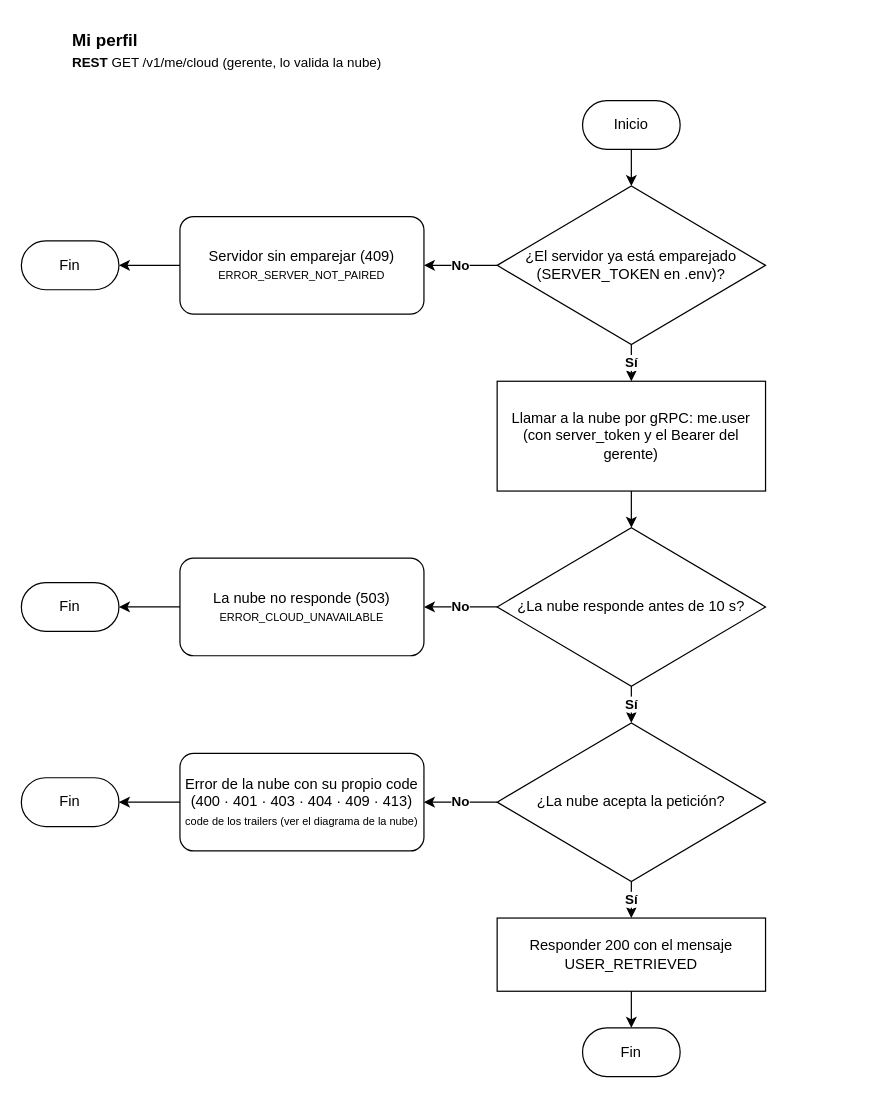
Before: documents/diagrams/workflows/me/cloud/user.drawio in Andry510/miyabi-restaurant-server, a draw.io diagram. Source tidied: cells renumbered, new cells numbered last; positions are measured from the earlier drawing's top-left corner, leaving out a move shared by most shapes. Both pictures are drawn from the tidied source at 122%, with x=0, y=0 at pixel (21, 21).
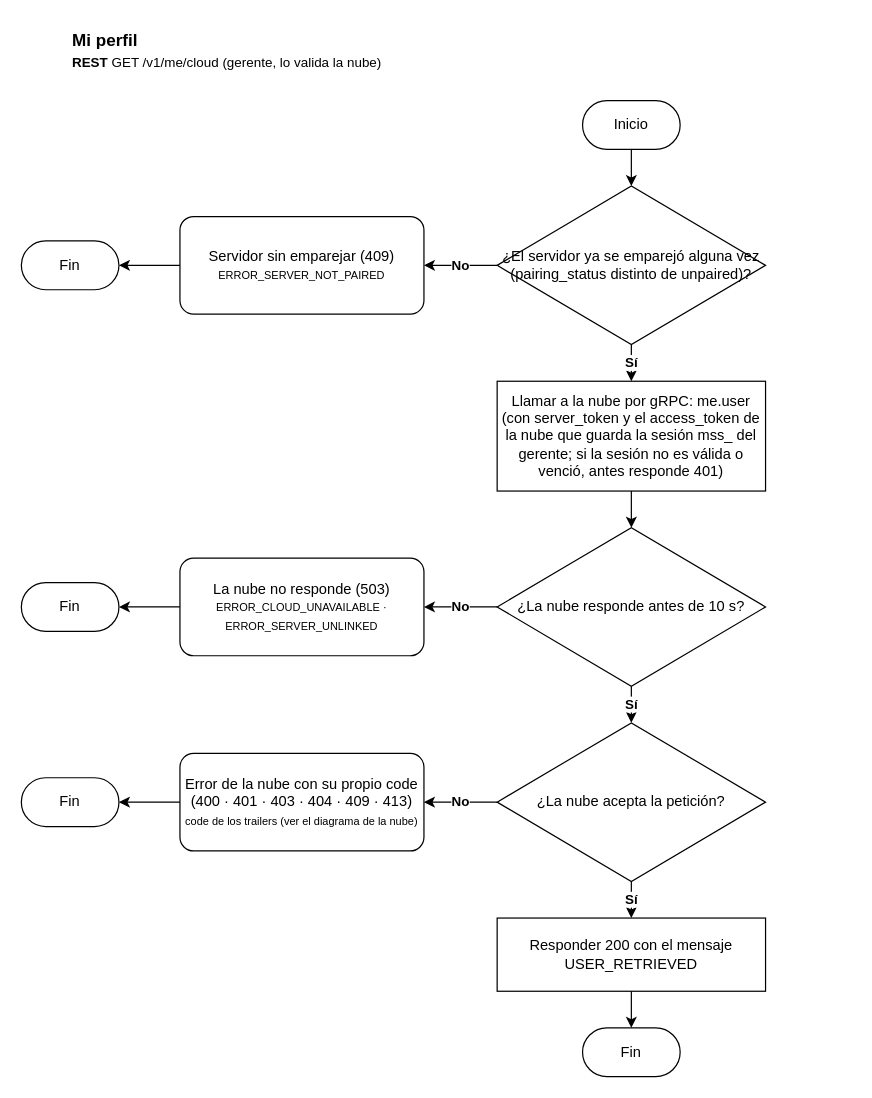
After the change.

Change to the diagram source:
```diff
@@
-    <mxCell id="4" value="¿El servidor ya está emparejado (SERVER_TOKEN en .env)?" style="rhombus;whiteSpace=wrap;html=1;rounded=1;arcSize=0;" parent="1" vertex="1">
+    <mxCell id="4" value="¿El servidor ya se emparejó alguna vez (pairing_status distinto de unpaired)?" style="rhombus;whiteSpace=wrap;html=1;rounded=1;arcSize=0;" parent="1" vertex="1">
       <mxGeometry x="390" y="135" width="220" height="130" as="geometry" />
     </mxCell>
@@
-    <mxCell id="10" value="Llamar a la nube por gRPC: me.user (con server_token y el Bearer del gerente)" style="rounded=0;whiteSpace=wrap;html=1;" parent="1" vertex="1">
+    <mxCell id="10" value="Llamar a la nube por gRPC: me.user (con server_token y el access_token de la nube que guarda la sesión mss_ del gerente; si la sesión no es válida o venció, antes responde 401)" style="rounded=0;whiteSpace=wrap;html=1;" parent="1" vertex="1">
       <mxGeometry x="390" y="295" width="220" height="90" as="geometry" />
     </mxCell>
@@
-    <mxCell id="14" value="La nube no responde (503)&lt;br&gt;&lt;font style=&quot;font-size: 9px;&quot;&gt;ERROR_CLOUD_UNAVAILABLE&lt;/font&gt;" style="rounded=1;whiteSpace=wrap;html=1;arcSize=14;" parent="1" vertex="1">
+    <mxCell id="14" value="La nube no responde (503)&lt;br&gt;&lt;font style=&quot;font-size: 9px;&quot;&gt;ERROR_CLOUD_UNAVAILABLE · ERROR_SERVER_UNLINKED&lt;/font&gt;" style="rounded=1;whiteSpace=wrap;html=1;arcSize=14;" parent="1" vertex="1">
       <mxGeometry x="130" y="440" width="200" height="80" as="geometry" />
     </mxCell>
```
